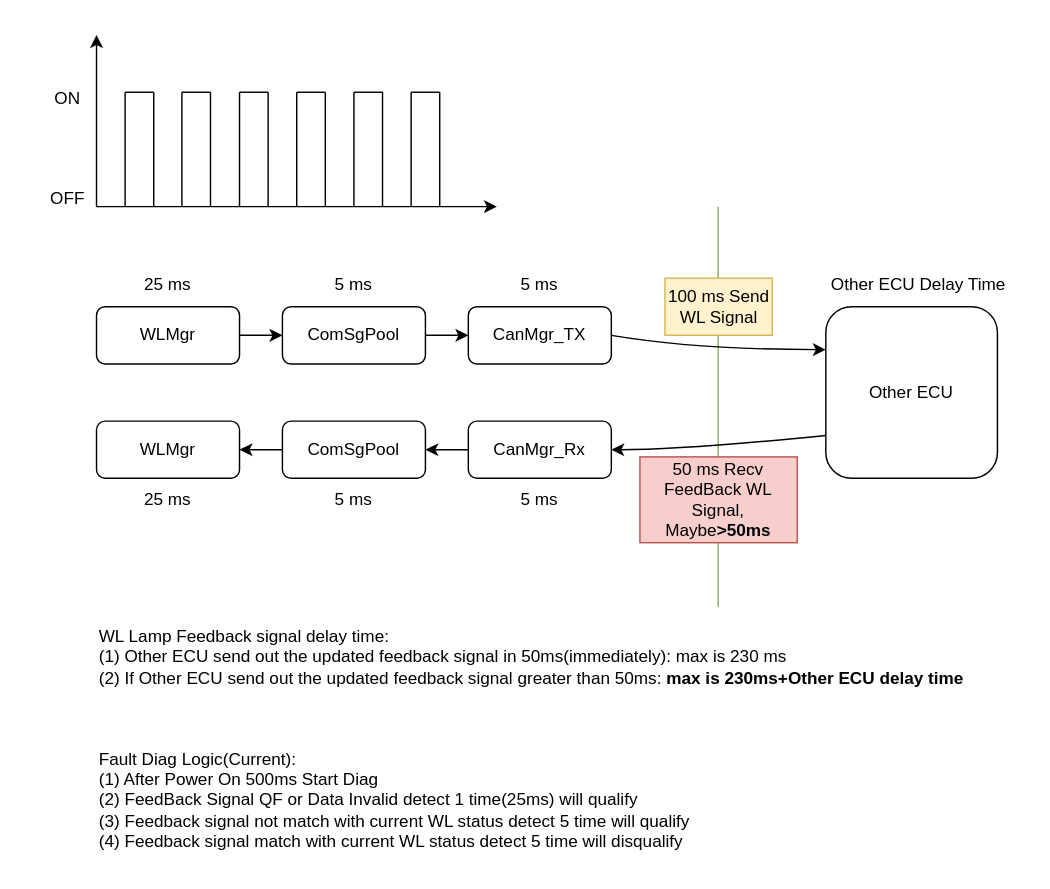
Earlier version of the draw.io diagram wl_feedback.drawio (woshitanwang/pics_procdure). Source tidied: cells renumbered, new cells numbered last; positions are measured from the earlier drawing's top-left corner, leaving out a move shared by most shapes. Both pictures are drawn from the tidied source at 143%, with x=0, y=0 at pixel (24, 34).
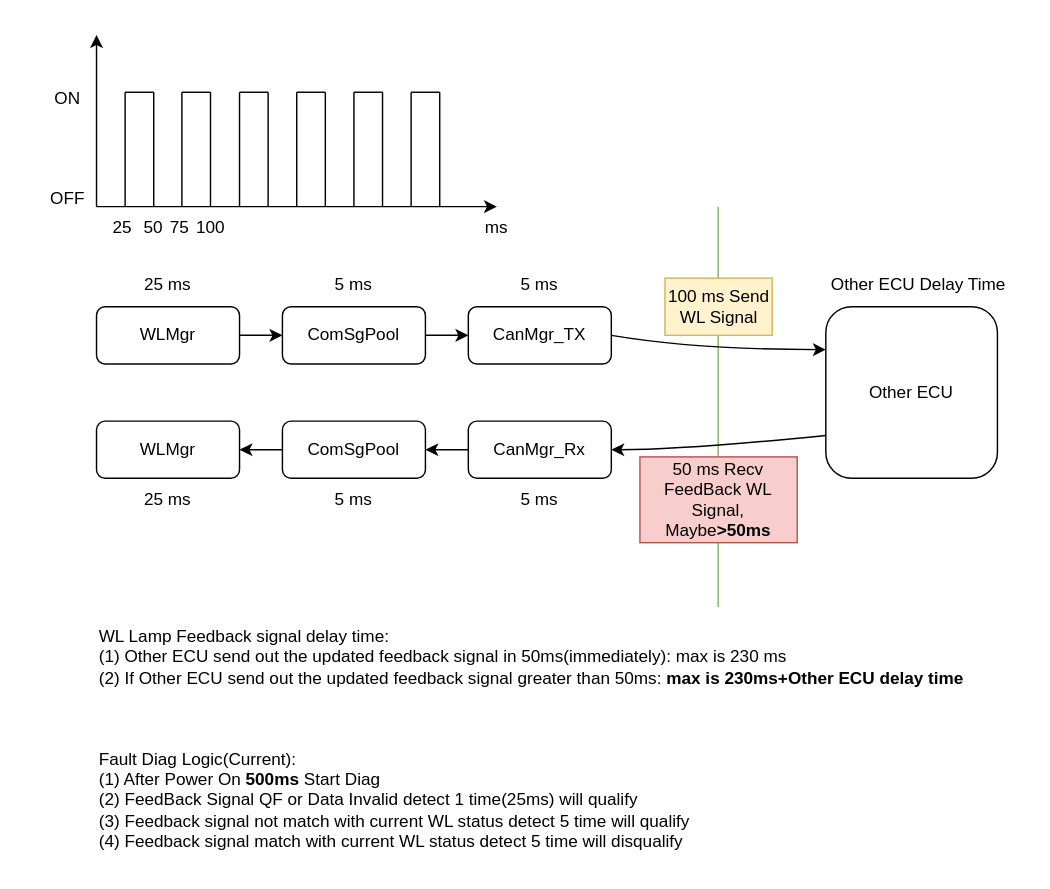
The same diagram, later.

Diff of the diagram source:
```diff
@@
-    <mxCell id="26" value="Fault Diag Logic(Current):&lt;br&gt;(1) After Power On 500ms Start Diag&lt;br&gt;(2) FeedBack Signal QF or Data Invalid detect 1 time(25ms) will qualify&lt;br&gt;(3) Feedback signal not match with current WL status detect 5 time will qualify&lt;br&gt;(4) Feedback signal match with current WL status detect 5 time will disqualify" style="text;html=1;strokeColor=none;fillColor=none;align=left;verticalAlign=middle;whiteSpace=wrap;rounded=0;" parent="1" vertex="1">
+    <mxCell id="26" value="Fault Diag Logic(Current):&lt;br&gt;(1) After Power On &lt;b&gt;500ms &lt;/b&gt;Start Diag&lt;br&gt;(2) FeedBack Signal QF or Data Invalid detect 1 time(25ms) will qualify&lt;br&gt;(3) Feedback signal not match with current WL status detect 5 time will qualify&lt;br&gt;(4) Feedback signal match with current WL status detect 5 time will disqualify" style="text;html=1;strokeColor=none;fillColor=none;align=left;verticalAlign=middle;whiteSpace=wrap;rounded=0;" parent="1" vertex="1">
       <mxGeometry x="50" y="490" width="440" height="90" as="geometry" />
     </mxCell>
@@
+    <mxCell id="49" value="25&amp;nbsp;" style="text;html=1;strokeColor=none;fillColor=none;align=center;verticalAlign=middle;whiteSpace=wrap;rounded=0;" parent="1" vertex="1">
+      <mxGeometry x="40" y="120" width="60" height="30" as="geometry" />
+    </mxCell>
+    <mxCell id="50" value="ms" style="text;html=1;strokeColor=none;fillColor=none;align=center;verticalAlign=middle;whiteSpace=wrap;rounded=0;" parent="1" vertex="1">
+      <mxGeometry x="300" y="120" width="60" height="30" as="geometry" />
+    </mxCell>
+    <mxCell id="51" value="50" style="text;html=1;strokeColor=none;fillColor=none;align=center;verticalAlign=middle;whiteSpace=wrap;rounded=0;" parent="1" vertex="1">
+      <mxGeometry x="60" y="120" width="60" height="30" as="geometry" />
+    </mxCell>
+    <mxCell id="52" value="75&amp;nbsp;" style="text;html=1;strokeColor=none;fillColor=none;align=center;verticalAlign=middle;whiteSpace=wrap;rounded=0;" parent="1" vertex="1">
+      <mxGeometry x="80" y="120" width="60" height="30" as="geometry" />
+    </mxCell>
+    <mxCell id="53" value="100" style="text;html=1;strokeColor=none;fillColor=none;align=center;verticalAlign=middle;whiteSpace=wrap;rounded=0;" parent="1" vertex="1">
+      <mxGeometry x="100" y="120" width="60" height="30" as="geometry" />
+    </mxCell>
```
